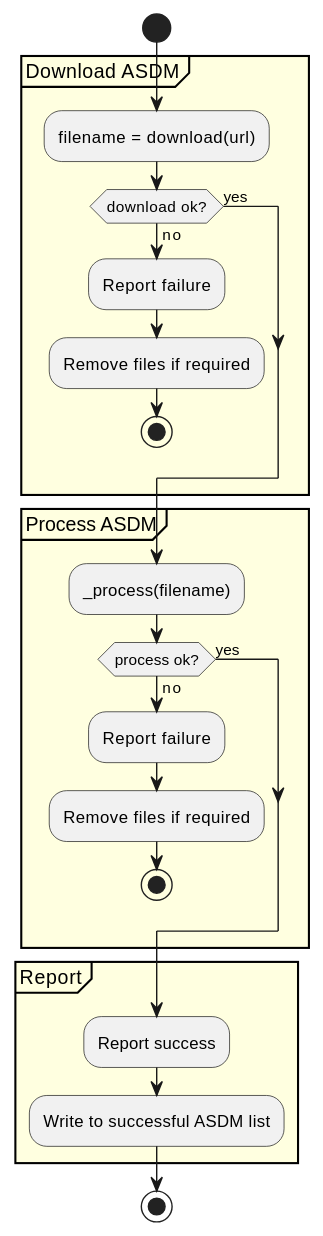
The PlantUML diagram docs/diagrams/L4-almaqso.Almaqso._process_wrapper-activity.svg in akimasanishida/almaqso, before a commit.
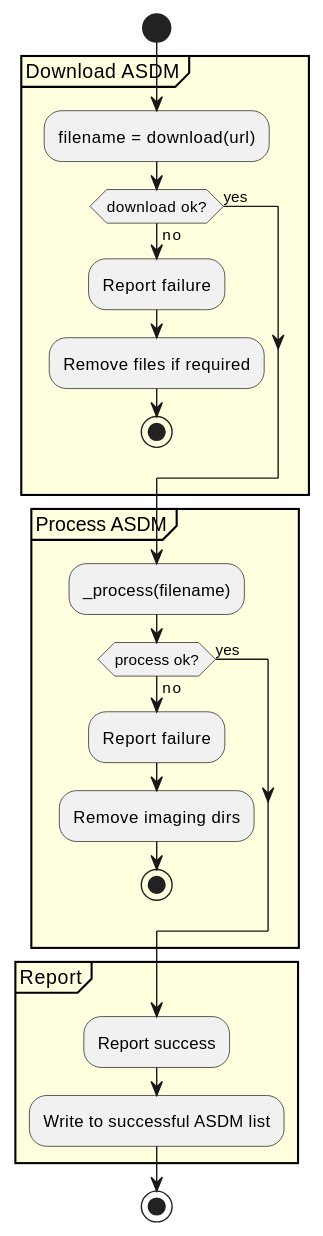
Above is the later version.

What changed in the source:
```diff
@@ -14,7 +14,7 @@
     if (process ok?) then (yes)
     else (no)
         :Report failure;
-        :Remove files if required;
+        :Remove imaging dirs;
         stop
     endif
 }
```
